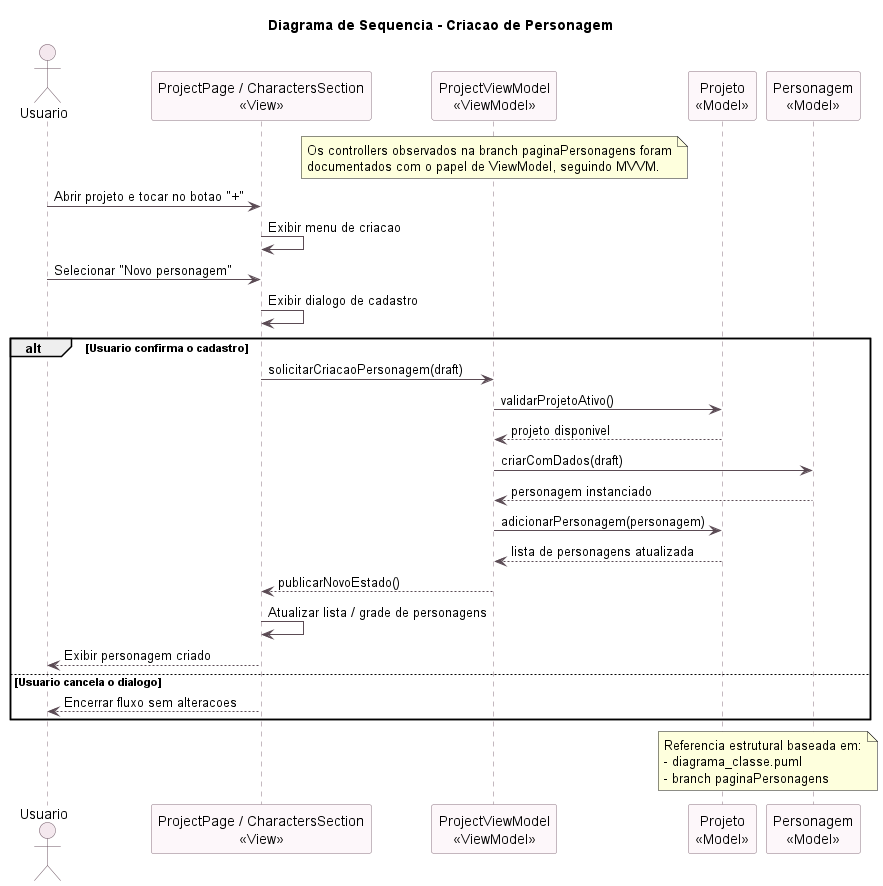
aspiringluke/Projeto-Integrado-Mobile keeps this PlantUML diagram as docs/casosUso/imagens/diagramas_sequencia/Diagrama de Sequencia - Criacao de Personagem.png. Above is the earlier version. Source of this version:
```plantuml
@startuml Diagrama de Sequencia - Criacao de Personagem

title Diagrama de Sequencia - Criacao de Personagem

skinparam backgroundColor white
skinparam sequence {
    ArrowColor #5B4B54
    LifeLineBorderColor #8B7380
    LifeLineBackgroundColor #F8F2F5
    ParticipantBorderColor #8B7380
    ParticipantBackgroundColor #FDF7FA
    ActorBorderColor #6C5562
    ActorBackgroundColor #F4E8EE
}

actor "Usuario" as Usuario

participant "ProjectPage / CharactersSection\n<<View>>" as CharacterView
participant "ProjectViewModel\n<<ViewModel>>" as ProjectVM
participant "Projeto\n<<Model>>" as Projeto
participant "Personagem\n<<Model>>" as Personagem

note over ProjectVM
Os controllers observados na branch paginaPersonagens foram
documentados com o papel de ViewModel, seguindo MVVM.
end note

Usuario -> CharacterView: Abrir projeto e tocar no botao "+"
CharacterView -> CharacterView: Exibir menu de criacao
Usuario -> CharacterView: Selecionar "Novo personagem"
CharacterView -> CharacterView: Exibir dialogo de cadastro

alt Usuario confirma o cadastro
    CharacterView -> ProjectVM: solicitarCriacaoPersonagem(draft)
    ProjectVM -> Projeto: validarProjetoAtivo()
    Projeto --> ProjectVM: projeto disponivel

    ProjectVM -> Personagem: criarComDados(draft)
    Personagem --> ProjectVM: personagem instanciado

    ProjectVM -> Projeto: adicionarPersonagem(personagem)
    Projeto --> ProjectVM: lista de personagens atualizada

    ProjectVM --> CharacterView: publicarNovoEstado()
    CharacterView -> CharacterView: Atualizar lista / grade de personagens
    CharacterView --> Usuario: Exibir personagem criado
else Usuario cancela o dialogo
    CharacterView --> Usuario: Encerrar fluxo sem alteracoes
end

note over Projeto,Personagem
Referencia estrutural baseada em:
- diagrama_classe.puml
- branch paginaPersonagens
end note

@enduml
```
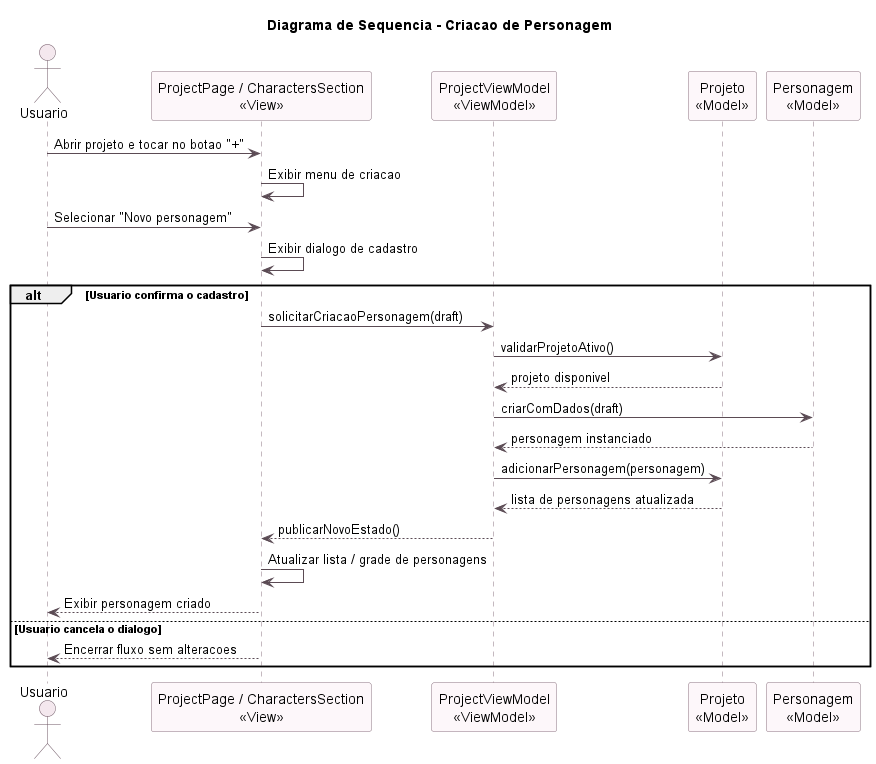
The same file after the commit.

Commit message:
docs: Atualização dos diagramas de sequência, removendo notas desatualizadas

The edit, as a diff of the source:
```diff
@@ -19,11 +19,6 @@
 participant "ProjectViewModel\n<<ViewModel>>" as ProjectVM
 participant "Projeto\n<<Model>>" as Projeto
 participant "Personagem\n<<Model>>" as Personagem
-
-note over ProjectVM
-Os controllers observados na branch paginaPersonagens foram
-documentados com o papel de ViewModel, seguindo MVVM.
-end note
 
 Usuario -> CharacterView: Abrir projeto e tocar no botao "+"
 CharacterView -> CharacterView: Exibir menu de criacao
@@ -48,10 +43,4 @@
     CharacterView --> Usuario: Encerrar fluxo sem alteracoes
 end
 
-note over Projeto,Personagem
-Referencia estrutural baseada em:
-- diagrama_classe.puml
-- branch paginaPersonagens
-end note
-
 @enduml
```
